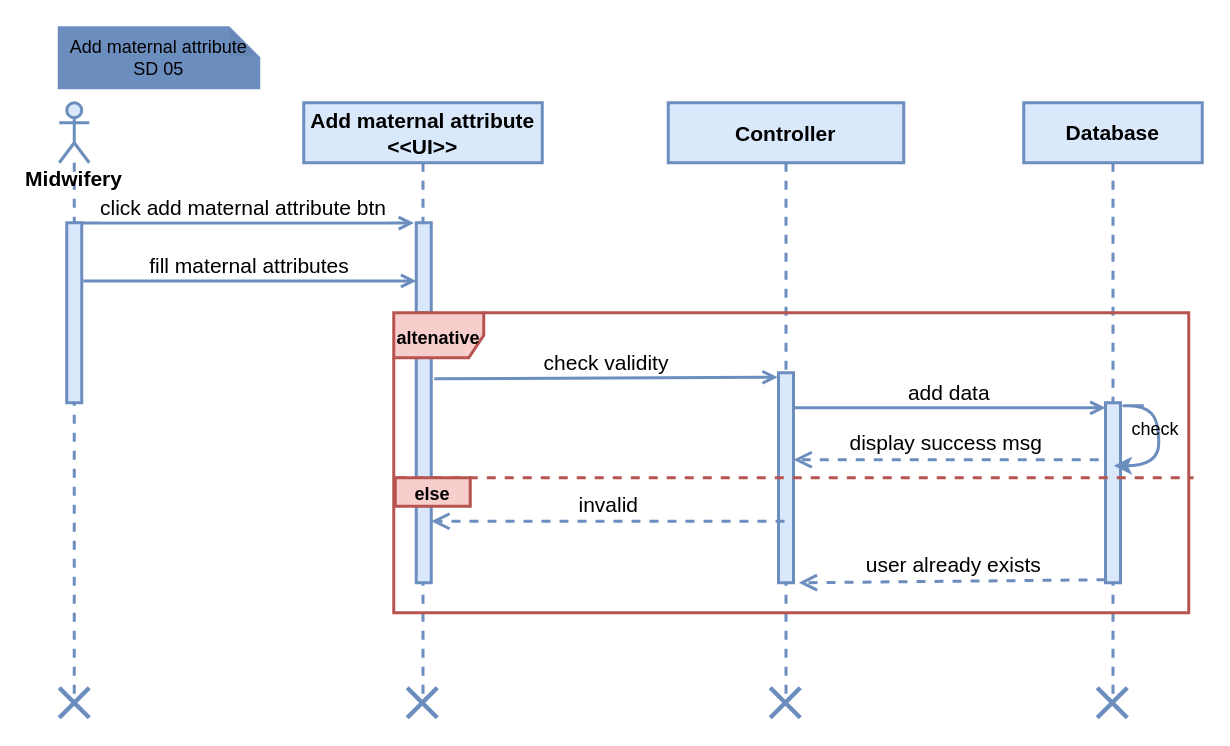
This is page "Add maternal attribute" (5 of 6) of Sequence Diagram.drawio from fasil712/UML_Diagram_Design, a draw.io file, before an edit. Source tidied: cells renumbered, new cells numbered last; positions are measured from the earlier drawing's top-left corner, leaving out a move shared by most shapes. Both pictures are drawn from the tidied source at 150%, with x=0, y=0 at pixel (58, 27).
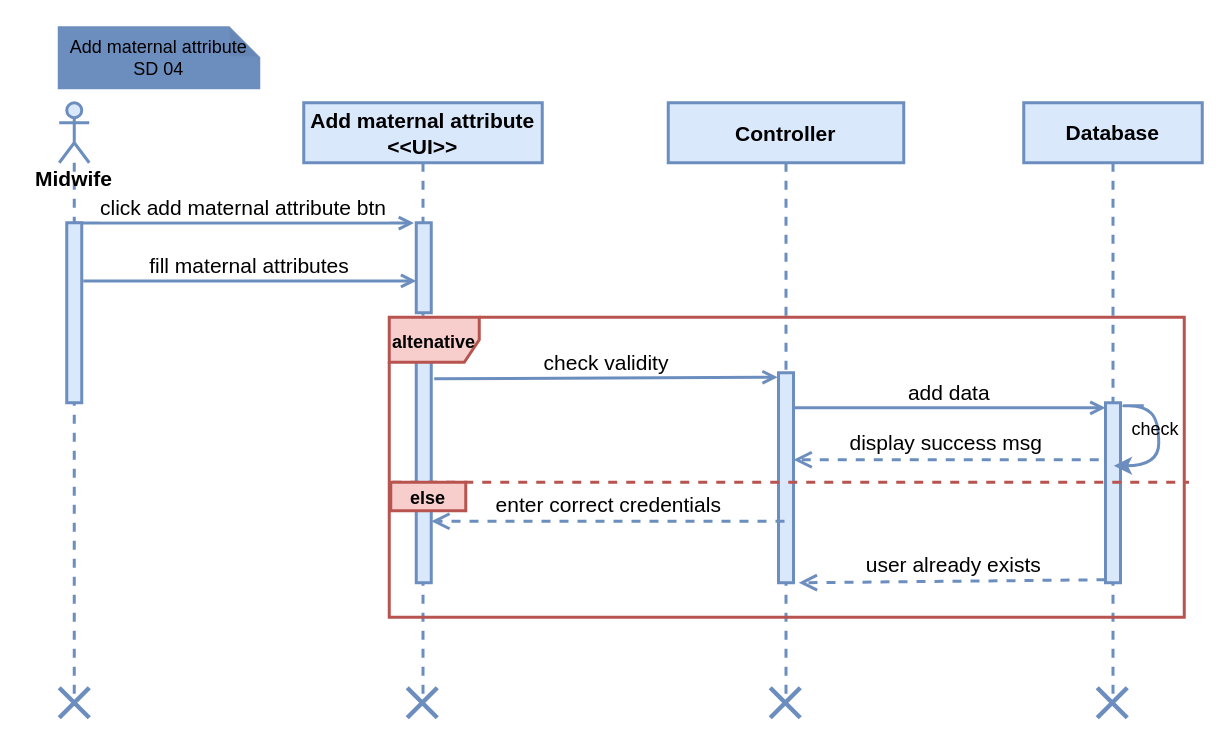
Above is the later version.

Change to the diagram source:
```diff
@@
-    <mxCell id="8" value="Midwifery" style="shape=umlLifeline;participant=umlActor;perimeter=lifelinePerimeter;whiteSpace=wrap;html=1;verticalAlign=top;spacingTop=36;outlineConnect=0;size=40;fillColor=#dae8fc;strokeColor=#6c8ebf;fontSize=14;strokeWidth=2;fontStyle=1;" parent="1" vertex="1">
+    <mxCell id="8" value="Midwife" style="shape=umlLifeline;participant=umlActor;perimeter=lifelinePerimeter;whiteSpace=wrap;html=1;verticalAlign=top;spacingTop=36;outlineConnect=0;size=40;fillColor=#dae8fc;strokeColor=#6c8ebf;fontSize=14;strokeWidth=2;fontStyle=1;" parent="1" vertex="1">
       <mxGeometry y="50" width="20" height="400" as="geometry" />
     </mxCell>
@@
-    <mxCell id="21" value="invalid" style="html=1;verticalAlign=bottom;endArrow=open;dashed=1;endSize=8;rounded=0;fontSize=14;fontColor=#000000;strokeColor=#6C8EBF;strokeWidth=2;" parent="1" edge="1">
+    <mxCell id="21" value="enter correct credentials" style="html=1;verticalAlign=bottom;endArrow=open;dashed=1;endSize=8;rounded=0;fontSize=14;fontColor=#000000;strokeColor=#6C8EBF;strokeWidth=2;" parent="1" edge="1">
       <mxGeometry relative="1" as="geometry">
         <mxPoint x="483.5" y="329" as="sourcePoint" />
         <mxPoint x="248" y="329" as="targetPoint" />
       </mxGeometry>
     </mxCell>
@@
-    <mxCell id="24" value="Add maternal attribute SD 05" style="shape=note;whiteSpace=wrap;html=1;backgroundOutline=1;darkOpacity=0.05;fontSize=12;fontColor=#000000;strokeColor=#6C8EBF;strokeWidth=2;fillColor=#6C8EBF;size=20;" parent="1" vertex="1">
+    <mxCell id="24" value="Add maternal attribute SD 04" style="shape=note;whiteSpace=wrap;html=1;backgroundOutline=1;darkOpacity=0.05;fontSize=12;fontColor=#000000;strokeColor=#6C8EBF;strokeWidth=2;fillColor=#6C8EBF;size=20;" parent="1" vertex="1">
       <mxGeometry width="133" height="40" as="geometry" />
     </mxCell>
     <mxCell id="25" style="group;" parent="1" vertex="1">
-      <mxGeometry x="223" y="190" width="530" height="200" as="geometry" />
+      <mxGeometry x="220" y="193" width="530" height="200" as="geometry" />
     </mxCell>
```
